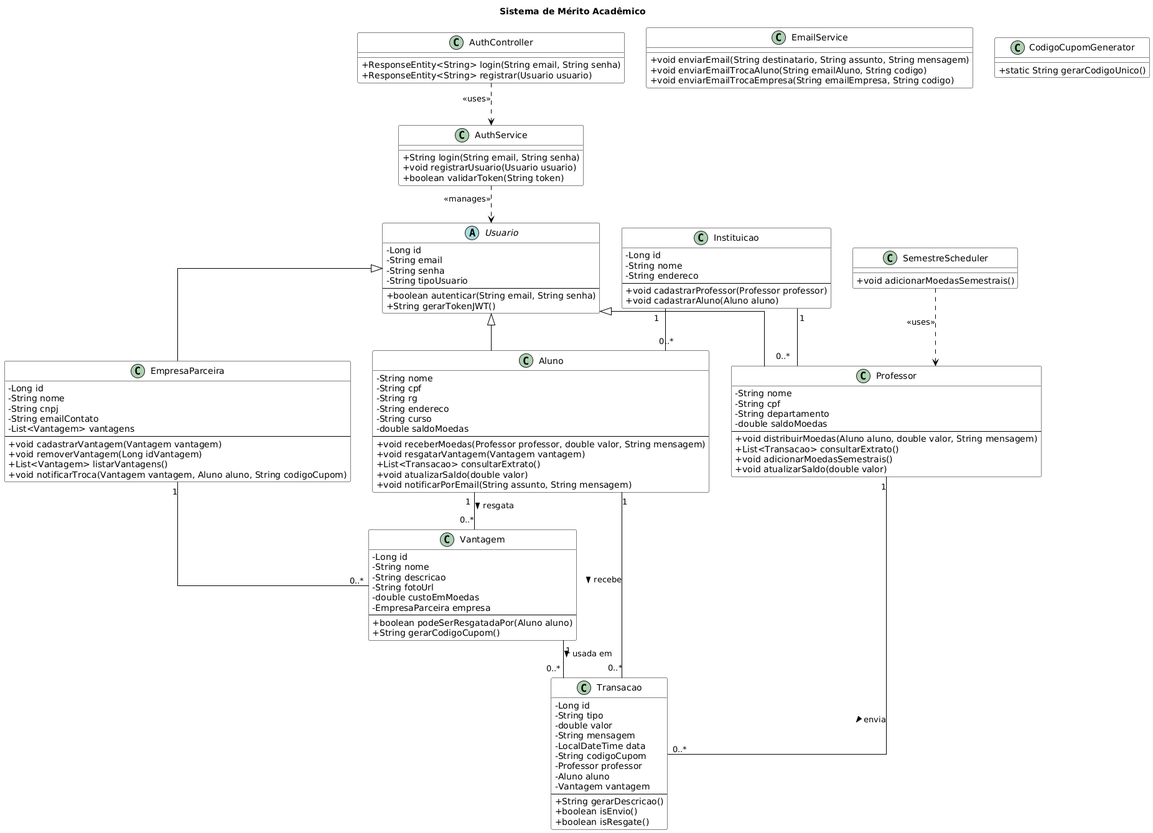
Before: projeto/Diagrama de Classe.png, a diagram exported from PlantUML (arthurhasantos/XumblaubsMerit). The source it was exported from:
```plantuml
@startuml
skinparam classAttributeIconSize 0
skinparam shadowing false
skinparam linetype ortho
skinparam class {
  BackgroundColor White
  ArrowColor Black
  BorderColor Black
}

title Sistema de Mérito Acadêmico

abstract class Usuario {
  - Long id
  - String email
  - String senha
  - String tipoUsuario
  --
  + boolean autenticar(String email, String senha)
  + String gerarTokenJWT()
}

class Aluno {
  - String nome
  - String cpf
  - String rg
  - String endereco
  - String curso
  - double saldoMoedas
  --
  + void receberMoedas(Professor professor, double valor, String mensagem)
  + void resgatarVantagem(Vantagem vantagem)
  + List<Transacao> consultarExtrato()
  + void atualizarSaldo(double valor)
  + void notificarPorEmail(String assunto, String mensagem)
}

class Professor {
  - String nome
  - String cpf
  - String departamento
  - double saldoMoedas
  --
  + void distribuirMoedas(Aluno aluno, double valor, String mensagem)
  + List<Transacao> consultarExtrato()
  + void adicionarMoedasSemestrais()
  + void atualizarSaldo(double valor)
}

class Instituicao {
  - Long id
  - String nome
  - String endereco
  --
  + void cadastrarProfessor(Professor professor)
  + void cadastrarAluno(Aluno aluno)
}

class EmpresaParceira {
  - Long id
  - String nome
  - String cnpj
  - String emailContato
  - List<Vantagem> vantagens
  --
  + void cadastrarVantagem(Vantagem vantagem)
  + void removerVantagem(Long idVantagem)
  + List<Vantagem> listarVantagens()
  + void notificarTroca(Vantagem vantagem, Aluno aluno, String codigoCupom)
}

class Vantagem {
  - Long id
  - String nome
  - String descricao
  - String fotoUrl
  - double custoEmMoedas
  - EmpresaParceira empresa
  --
  + boolean podeSerResgatadaPor(Aluno aluno)
  + String gerarCodigoCupom()
}

class Transacao {
  - Long id
  - String tipo
  - double valor
  - String mensagem
  - LocalDateTime data
  - String codigoCupom
  - Professor professor
  - Aluno aluno
  - Vantagem vantagem
  --
  + String gerarDescricao()
  + boolean isEnvio()
  + boolean isResgate()
}

class EmailService {
  + void enviarEmail(String destinatario, String assunto, String mensagem)
  + void enviarEmailTrocaAluno(String emailAluno, String codigo)
  + void enviarEmailTrocaEmpresa(String emailEmpresa, String codigo)
}

class CodigoCupomGenerator {
  + static String gerarCodigoUnico()
}

class SemestreScheduler {
  + void adicionarMoedasSemestrais()
}

class AuthService {
  + String login(String email, String senha)
  + void registrarUsuario(Usuario usuario)
  + boolean validarToken(String token)
}

class AuthController {
  + ResponseEntity<String> login(String email, String senha)
  + ResponseEntity<String> registrar(Usuario usuario)
}

Usuario <|-- Aluno
Usuario <|-- Professor
Usuario <|-- EmpresaParceira

Instituicao "1" -- "0..*" Aluno
Instituicao "1" -- "0..*" Professor
Professor "1" -- "0..*" Transacao : envia >
Aluno "1" -- "0..*" Transacao : recebe >
EmpresaParceira "1" -- "0..*" Vantagem
Vantagem "1" -- "0..*" Transacao : usada em >
Aluno "1" -- "0..*" Vantagem : resgata >

SemestreScheduler ..> Professor : <<uses>>
AuthController ..> AuthService : <<uses>>
AuthService ..> Usuario : <<manages>>
@enduml
```
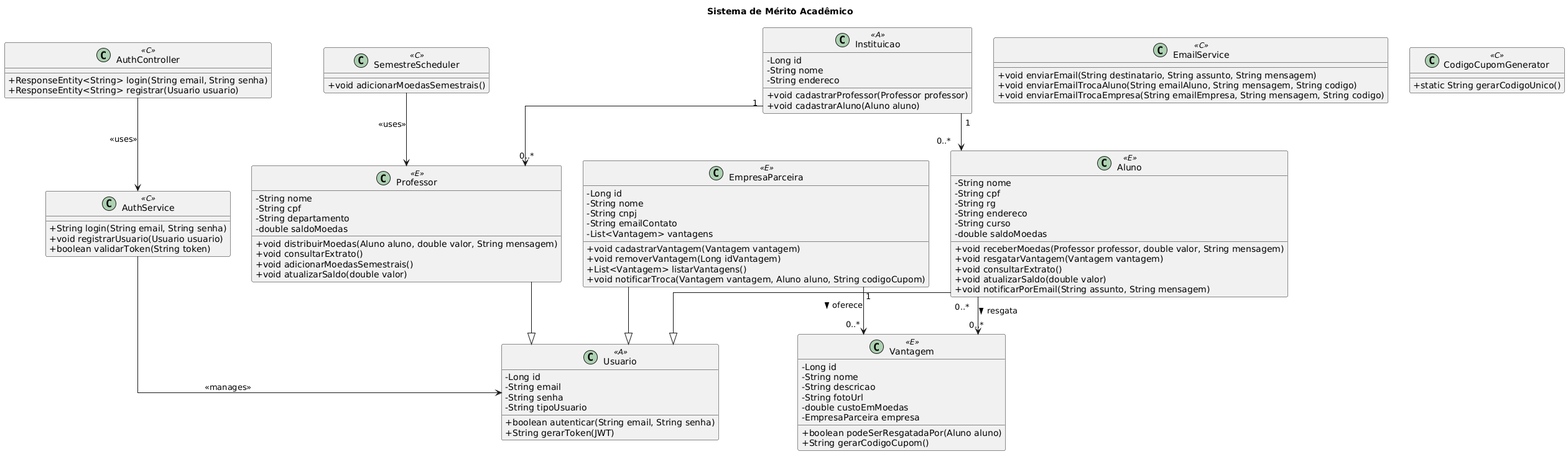
The same diagram one commit later.

Commit message:
docs: atualiza diagrama de classe

Correção do diagrama de classes: remoção da classe Transação e ajuste da lógica de extrato conforme o enunciado.
Mantidos atributos e métodos originais das demais classes.

The edit, as a diff of the source:
```diff
@@ -1,140 +1,110 @@
 @startuml
+title Sistema de Mérito Acadêmico
+
 skinparam classAttributeIconSize 0
-skinparam shadowing false
 skinparam linetype ortho
-skinparam class {
-  BackgroundColor White
-  ArrowColor Black
-  BorderColor Black
+
+class AuthController <<C>> {
+    +ResponseEntity<String> login(String email, String senha)
+    +ResponseEntity<String> registrar(Usuario usuario)
 }
 
-title Sistema de Mérito Acadêmico
-
-abstract class Usuario {
-  - Long id
-  - String email
-  - String senha
-  - String tipoUsuario
-  --
-  + boolean autenticar(String email, String senha)
-  + String gerarTokenJWT()
+class AuthService <<C>> {
+    +String login(String email, String senha)
+    +void registrarUsuario(Usuario usuario)
+    +boolean validarToken(String token)
 }
 
-class Aluno {
-  - String nome
-  - String cpf
-  - String rg
-  - String endereco
-  - String curso
-  - double saldoMoedas
-  --
-  + void receberMoedas(Professor professor, double valor, String mensagem)
-  + void resgatarVantagem(Vantagem vantagem)
-  + List<Transacao> consultarExtrato()
-  + void atualizarSaldo(double valor)
-  + void notificarPorEmail(String assunto, String mensagem)
+class EmailService <<C>> {
+    +void enviarEmail(String destinatario, String assunto, String mensagem)
+    +void enviarEmailTrocaAluno(String emailAluno, String mensagem, String codigo)
+    +void enviarEmailTrocaEmpresa(String emailEmpresa, String mensagem, String codigo)
 }
 
-class Professor {
-  - String nome
-  - String cpf
-  - String departamento
-  - double saldoMoedas
-  --
-  + void distribuirMoedas(Aluno aluno, double valor, String mensagem)
-  + List<Transacao> consultarExtrato()
-  + void adicionarMoedasSemestrais()
-  + void atualizarSaldo(double valor)
+class CodigoCupomGenerator <<C>> {
+    +static String gerarCodigoUnico()
 }
 
-class Instituicao {
-  - Long id
-  - String nome
-  - String endereco
-  --
-  + void cadastrarProfessor(Professor professor)
-  + void cadastrarAluno(Aluno aluno)
+class SemestreScheduler <<C>> {
+    +void adicionarMoedasSemestrais()
 }
 
-class EmpresaParceira {
-  - Long id
-  - String nome
-  - String cnpj
-  - String emailContato
-  - List<Vantagem> vantagens
-  --
-  + void cadastrarVantagem(Vantagem vantagem)
-  + void removerVantagem(Long idVantagem)
-  + List<Vantagem> listarVantagens()
-  + void notificarTroca(Vantagem vantagem, Aluno aluno, String codigoCupom)
+class Usuario <<A>> {
+    -Long id
+    -String email
+    -String senha
+    -String tipoUsuario
+    +boolean autenticar(String email, String senha)
+    +String gerarToken(JWT)
 }
 
-class Vantagem {
-  - Long id
-  - String nome
-  - String descricao
-  - String fotoUrl
-  - double custoEmMoedas
-  - EmpresaParceira empresa
-  --
-  + boolean podeSerResgatadaPor(Aluno aluno)
-  + String gerarCodigoCupom()
+class Instituicao <<A>> {
+    -Long id
+    -String nome
+    -String endereco
+    +void cadastrarProfessor(Professor professor)
+    +void cadastrarAluno(Aluno aluno)
 }
 
-class Transacao {
-  - Long id
-  - String tipo
-  - double valor
-  - String mensagem
-  - LocalDateTime data
-  - String codigoCupom
-  - Professor professor
-  - Aluno aluno
-  - Vantagem vantagem
-  --
-  + String gerarDescricao()
-  + boolean isEnvio()
-  + boolean isResgate()
+class EmpresaParceira <<E>> {
+    -Long id
+    -String nome
+    -String cnpj
+    -String emailContato
+    -List<Vantagem> vantagens
+    +void cadastrarVantagem(Vantagem vantagem)
+    +void removerVantagem(Long idVantagem)
+    +List<Vantagem> listarVantagens()
+    +void notificarTroca(Vantagem vantagem, Aluno aluno, String codigoCupom)
 }
 
-class EmailService {
-  + void enviarEmail(String destinatario, String assunto, String mensagem)
-  + void enviarEmailTrocaAluno(String emailAluno, String codigo)
-  + void enviarEmailTrocaEmpresa(String emailEmpresa, String codigo)
+class Professor <<E>> {
+    -String nome
+    -String cpf
+    -String departamento
+    -double saldoMoedas
+    +void distribuirMoedas(Aluno aluno, double valor, String mensagem)
+    +void consultarExtrato()
+    +void adicionarMoedasSemestrais()
+    +void atualizarSaldo(double valor)
 }
 
-class CodigoCupomGenerator {
-  + static String gerarCodigoUnico()
+class Aluno <<E>> {
+    -String nome
+    -String cpf
+    -String rg
+    -String endereco
+    -String curso
+    -double saldoMoedas
+    +void receberMoedas(Professor professor, double valor, String mensagem)
+    +void resgatarVantagem(Vantagem vantagem)
+    +void consultarExtrato()
+    +void atualizarSaldo(double valor)
+    +void notificarPorEmail(String assunto, String mensagem)
 }
 
-class SemestreScheduler {
-  + void adicionarMoedasSemestrais()
+class Vantagem <<E>> {
+    -Long id
+    -String nome
+    -String descricao
+    -String fotoUrl
+    -double custoEmMoedas
+    -EmpresaParceira empresa
+    +boolean podeSerResgatadaPor(Aluno aluno)
+    +String gerarCodigoCupom()
 }
 
-class AuthService {
-  + String login(String email, String senha)
-  + void registrarUsuario(Usuario usuario)
-  + boolean validarToken(String token)
-}
+AuthController --> AuthService : <<uses>>
+AuthService --> Usuario : <<manages>>
+SemestreScheduler --> Professor : <<uses>>
 
-class AuthController {
-  + ResponseEntity<String> login(String email, String senha)
-  + ResponseEntity<String> registrar(Usuario usuario)
-}
+Instituicao "1" --> "0..*" Professor
+Instituicao "1" --> "0..*" Aluno
 
-Usuario <|-- Aluno
-Usuario <|-- Professor
-Usuario <|-- EmpresaParceira
+Aluno "0..*" --> "0..*" Vantagem : resgata >
+EmpresaParceira "1" --> "0..*" Vantagem : oferece >
 
-Instituicao "1" -- "0..*" Aluno
-Instituicao "1" -- "0..*" Professor
-Professor "1" -- "0..*" Transacao : envia >
-Aluno "1" -- "0..*" Transacao : recebe >
-EmpresaParceira "1" -- "0..*" Vantagem
-Vantagem "1" -- "0..*" Transacao : usada em >
-Aluno "1" -- "0..*" Vantagem : resgata >
-
-SemestreScheduler ..> Professor : <<uses>>
-AuthController ..> AuthService : <<uses>>
-AuthService ..> Usuario : <<manages>>
+Aluno --|> Usuario
+Professor --|> Usuario
+EmpresaParceira --|> Usuario
 @enduml
```
